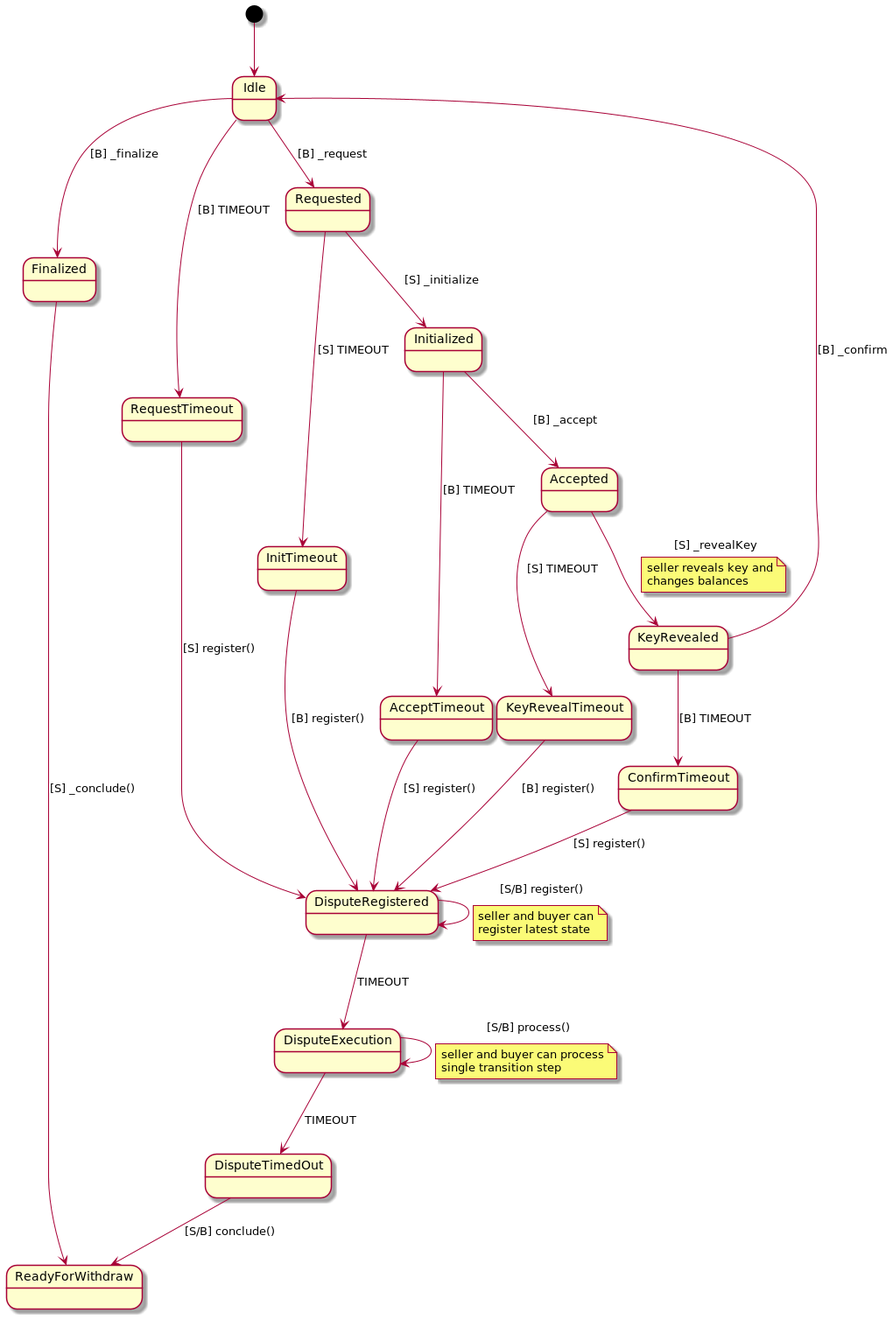
This is bfebench/protocols/state_channel_file_sale/state_chart.png from MatthiasLohr/bfebench, a PlantUML export, as it was before one commit. Source of this version:
```plantuml
@startuml
[*] --> Idle

Idle --> Requested : [B] _request
Idle --> RequestTimeout : [B] TIMEOUT
Idle --> Finalized : [B] _finalize
Requested --> Initialized : [S] _initialize
Requested --> InitTimeout : [S] TIMEOUT
Initialized --> Accepted : [B] _accept
Initialized --> AcceptTimeout : [B] TIMEOUT
Accepted --> KeyRevealed : [S] _revealKey
note on link
  seller reveals key and
  changes balances
end note
Accepted --> KeyRevealTimeout : [S] TIMEOUT
KeyRevealed --> Idle : [B] _confirm
KeyRevealed --> ConfirmTimeout : [B] TIMEOUT

RequestTimeout --> DisputeRegistered : [S] register()
InitTimeout --> DisputeRegistered : [B] register()
AcceptTimeout --> DisputeRegistered : [S] register()
KeyRevealTimeout --> DisputeRegistered : [B] register()
ConfirmTimeout --> DisputeRegistered : [S] register()

DisputeRegistered --> DisputeRegistered : [S/B] register()
note on link
  seller and buyer can
  register latest state
end note
DisputeRegistered --> DisputeExecution : TIMEOUT
DisputeExecution --> DisputeExecution : [S/B] process()
note on link
  seller and buyer can process
  single transition step
end note
DisputeExecution --> DisputeTimedOut : TIMEOUT
DisputeTimedOut --> ReadyForWithdraw : [S/B] conclude()

Finalized --> ReadyForWithdraw : [S] _conclude()
@enduml
```
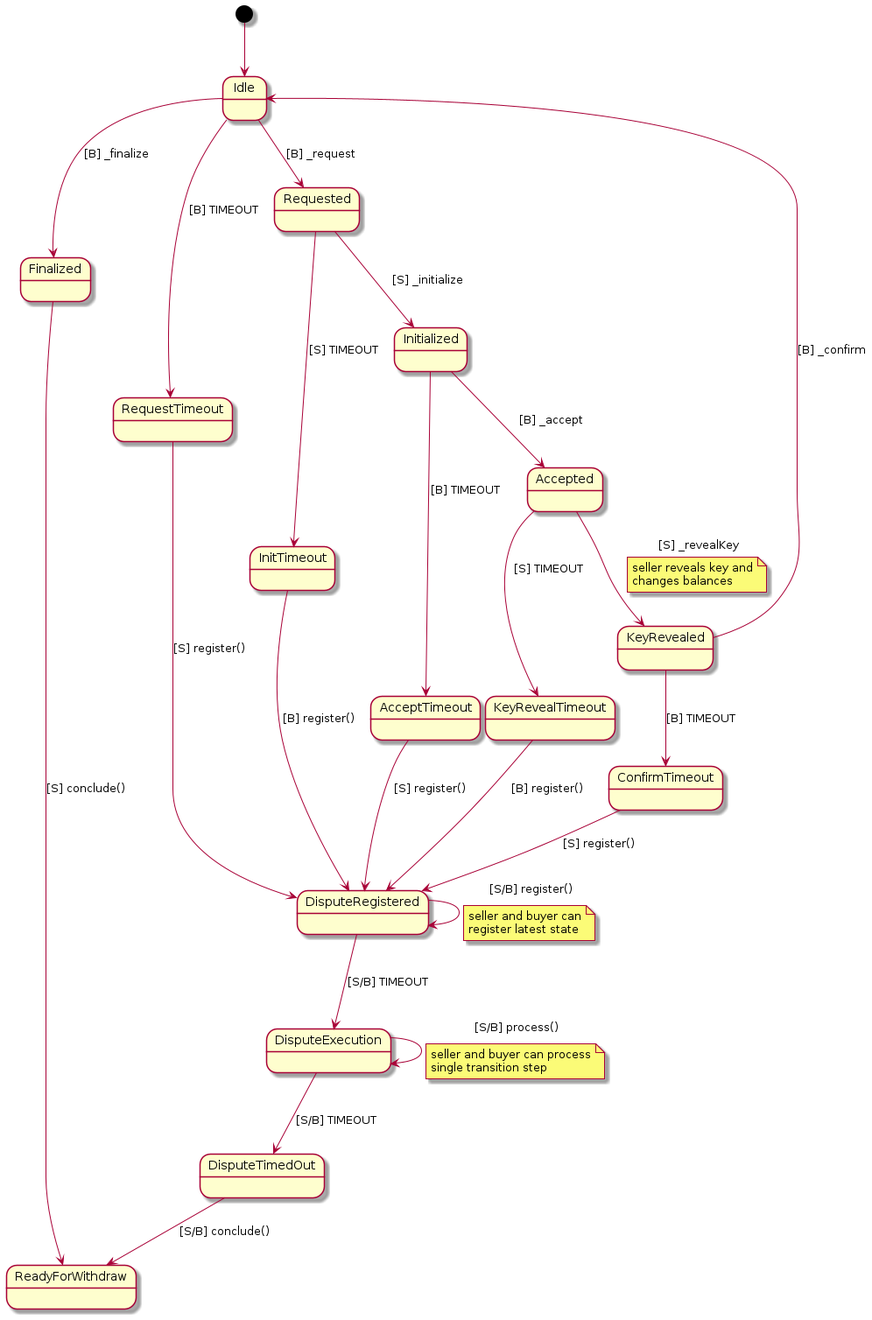
Later version of the same file.

Commit message:
added make file for easy plantuml updates

Change to the diagram source:
```diff
@@ -28,14 +28,14 @@
   seller and buyer can
   register latest state
 end note
-DisputeRegistered --> DisputeExecution : TIMEOUT
+DisputeRegistered --> DisputeExecution : [S/B] TIMEOUT
 DisputeExecution --> DisputeExecution : [S/B] process()
 note on link
   seller and buyer can process
   single transition step
 end note
-DisputeExecution --> DisputeTimedOut : TIMEOUT
+DisputeExecution --> DisputeTimedOut : [S/B] TIMEOUT
 DisputeTimedOut --> ReadyForWithdraw : [S/B] conclude()
 
-Finalized --> ReadyForWithdraw : [S] _conclude()
+Finalized --> ReadyForWithdraw : [S] conclude()
 @enduml
```
